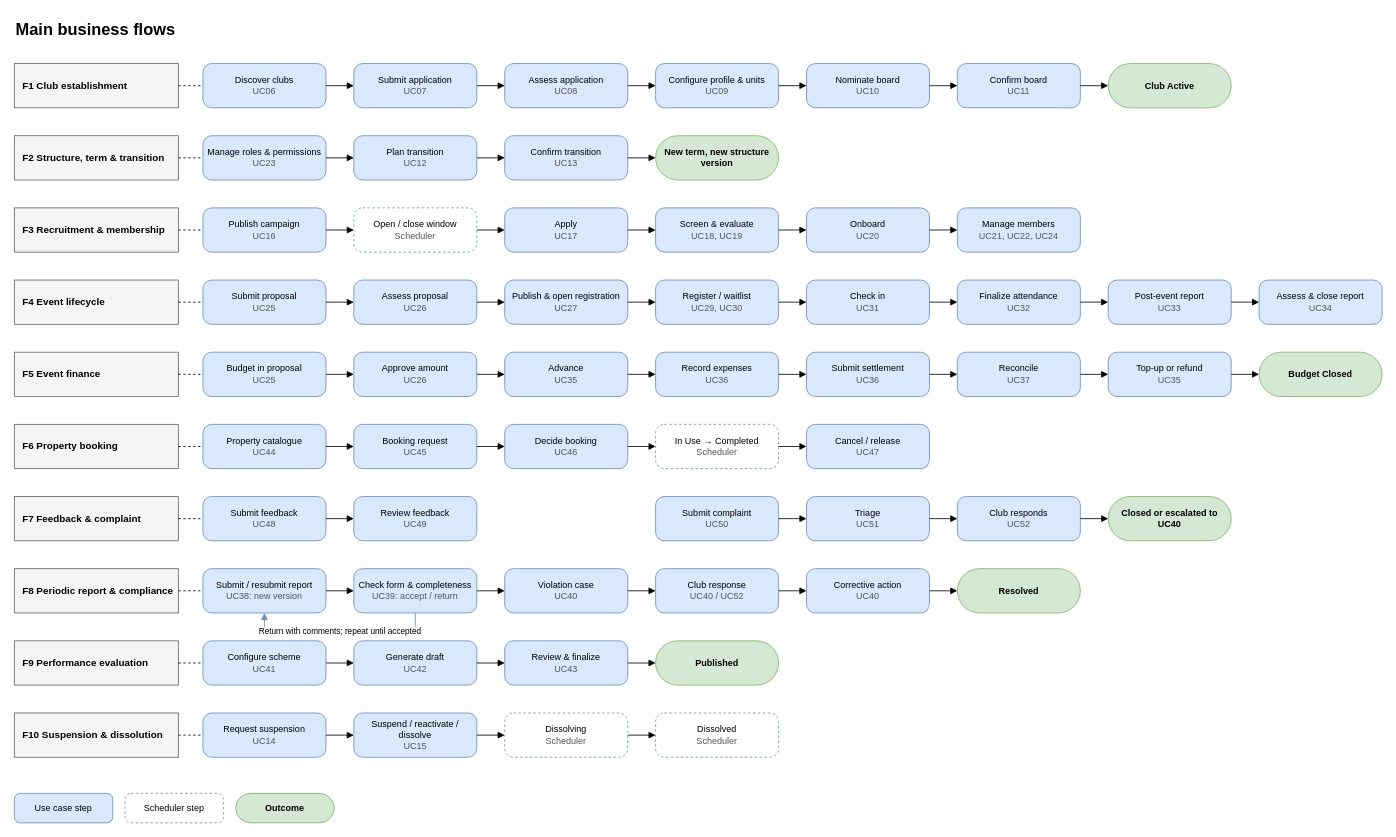
Earlier version of the draw.io diagram page "Main business flows" (2 of 2) of docs/03-diagrams/UCMS_Organization_and_Flows.drawio (nvdekay/ClubManagementSystem). Source tidied: cells renumbered, new cells numbered last; positions are measured from the earlier drawing's top-left corner, leaving out a move shared by most shapes. Both pictures are drawn from the tidied source at 82%, with x=0, y=0 at pixel (14, 14).
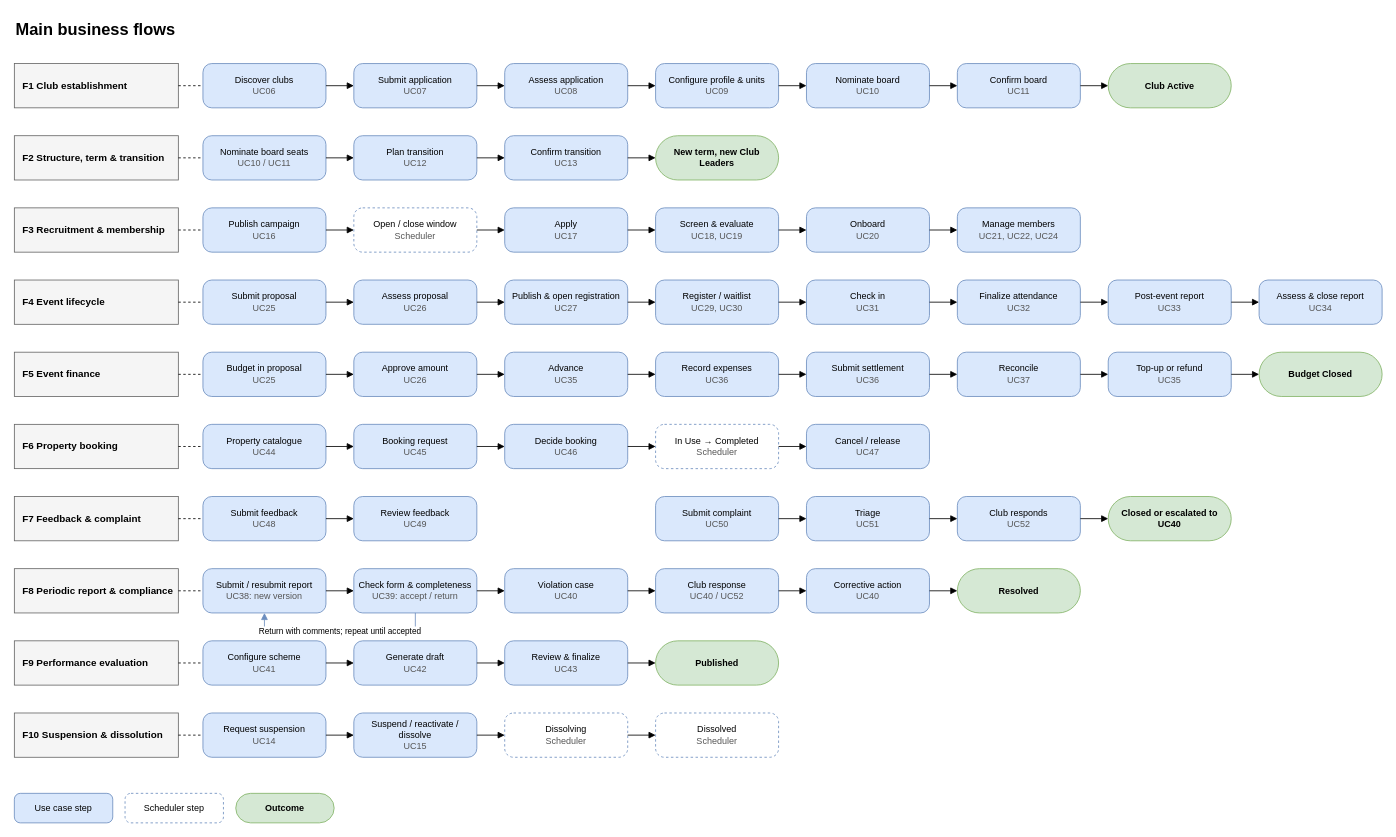
The same page after the edit.

The edit, as a diff of the source:
```diff
@@
-    <mxCell id="19" value="Manage roles &amp; permissions&lt;br&gt;&lt;font color=&quot;#555555&quot;&gt;UC23&lt;/font&gt;" style="rounded=1;arcSize=20;whiteSpace=wrap;html=1;fillColor=#dae8fc;strokeColor=#6c8ebf;fontSize=11;" parent="1" vertex="1">
+    <mxCell id="19" value="Nominate board seats&lt;br&gt;&lt;font color=&quot;#555555&quot;&gt;UC10 / UC11&lt;/font&gt;" style="rounded=1;arcSize=20;whiteSpace=wrap;html=1;fillColor=#dae8fc;strokeColor=#6c8ebf;fontSize=11;" parent="1" vertex="1">
       <mxGeometry x="230" y="148" width="150" height="54" as="geometry" />
     </mxCell>
@@
-    <mxCell id="25" value="New term, new structure version" style="rounded=1;arcSize=50;whiteSpace=wrap;html=1;fillColor=#d5e8d4;strokeColor=#82b366;fontSize=11;fontStyle=1;" parent="1" vertex="1">
+    <mxCell id="25" value="New term, new Club Leaders" style="rounded=1;arcSize=50;whiteSpace=wrap;html=1;fillColor=#d5e8d4;strokeColor=#82b366;fontSize=11;fontStyle=1;" parent="1" vertex="1">
       <mxGeometry x="782" y="148" width="150" height="54" as="geometry" />
     </mxCell>
```
